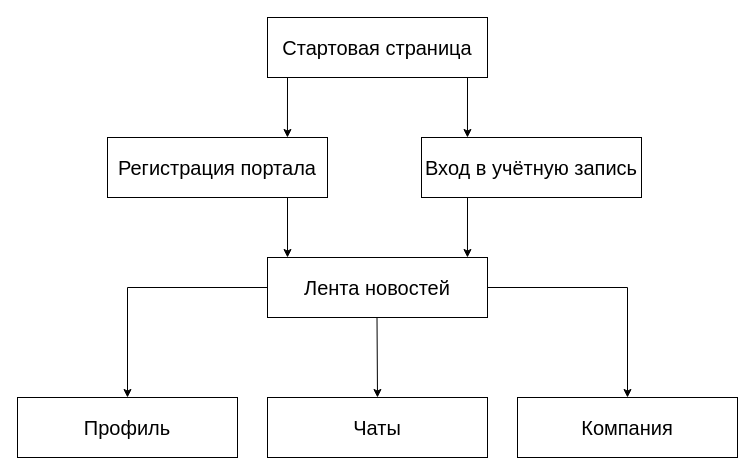
This is Chavo.drawio from dibovdmitry/Expert-Systems, a draw.io file, before an edit. Source tidied: cells renumbered, new cells numbered last; positions are measured from the earlier drawing's top-left corner, leaving out a move shared by most shapes. Both pictures are drawn from the tidied source at 100%, with x=0, y=0 at pixel (17, 17).
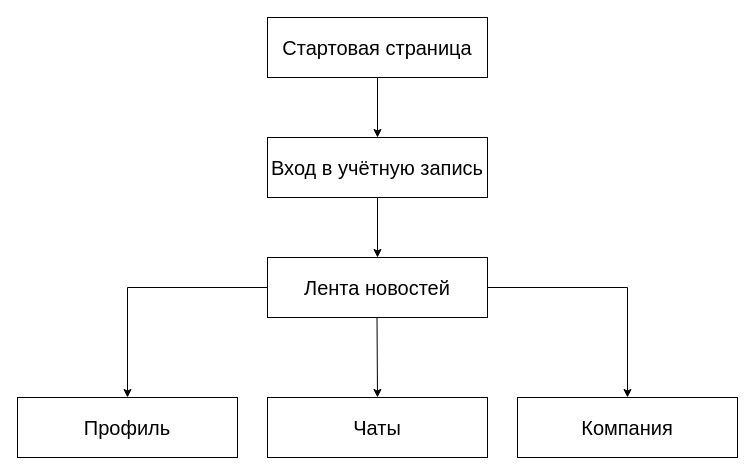
The same page after the edit.

The change refers to these unchanged cells:
```xml
<mxCell id="4" value="Лента новостей" style="rounded=0;whiteSpace=wrap;html=1;fontSize=20;" parent="1" vertex="1">
  <mxGeometry x="250" y="240" width="220" height="60" as="geometry" />
</mxCell>
```

The edit, as a diff of the source:
```diff
@@
-    <mxCell id="3" value="Регистрация портала" style="rounded=0;whiteSpace=wrap;html=1;fontSize=20;" parent="1" vertex="1">
-      <mxGeometry x="90" y="120" width="220" height="60" as="geometry" />
-    </mxCell>
@@
     <mxCell id="7" value="Вход в учётную запись" style="rounded=0;whiteSpace=wrap;html=1;fontSize=20;" parent="1" vertex="1">
-      <mxGeometry x="404" y="120" width="220" height="60" as="geometry" />
+      <mxGeometry x="250" y="120" width="220" height="60" as="geometry" />
     </mxCell>
-    <mxCell id="8" style="endArrow=classic;html=1;rounded=0;entryX=0.818;entryY=0;entryDx=0;entryDy=0;entryPerimeter=0;" parent="1" edge="1" target="3">
-      <mxGeometry relative="1" as="geometry">
-        <mxPoint x="270" y="60" as="sourcePoint" />
-      </mxGeometry>
-    </mxCell>
-    <mxCell id="9" style="endArrow=classic;html=1;rounded=0;entryX=0.209;entryY=0;entryDx=0;entryDy=0;entryPerimeter=0;" parent="1" edge="1" target="7">
-      <mxGeometry relative="1" as="geometry">
-        <mxPoint x="450" y="60" as="sourcePoint" />
-      </mxGeometry>
-    </mxCell>
-    <mxCell id="10" style="endArrow=classic;html=1;rounded=0;entryX=0.091;entryY=0;entryDx=0;entryDy=0;entryPerimeter=0;" parent="1" edge="1" target="4">
-      <mxGeometry relative="1" as="geometry">
-        <mxPoint x="270" y="180" as="sourcePoint" />
-      </mxGeometry>
-    </mxCell>
-    <mxCell id="11" style="endArrow=classic;html=1;rounded=0;entryX=0.909;entryY=0;entryDx=0;entryDy=0;entryPerimeter=0;" parent="1" edge="1" target="4">
-      <mxGeometry relative="1" as="geometry">
-        <mxPoint x="450" y="180" as="sourcePoint" />
-      </mxGeometry>
-    </mxCell>
@@
+    <mxCell id="18" style="endArrow=classic;html=1;rounded=0;entryX=0.5;entryY=0;entryDx=0;entryDy=0;" parent="1" edge="1" target="7">
+      <mxGeometry relative="1" as="geometry">
+        <mxPoint x="360" y="60" as="sourcePoint" />
+      </mxGeometry>
+    </mxCell>
+    <mxCell id="19" style="endArrow=classic;html=1;rounded=0;entryX=0.5;entryY=0;entryDx=0;entryDy=0;" parent="1" edge="1" target="4">
+      <mxGeometry relative="1" as="geometry">
+        <mxPoint x="360" y="180" as="sourcePoint" />
+      </mxGeometry>
+    </mxCell>
```
